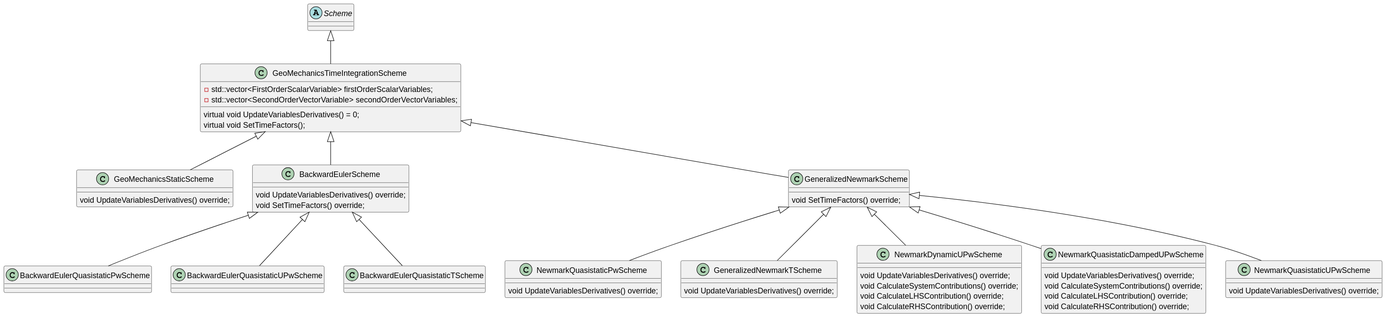
Before: applications/GeoMechanicsApplication/custom_strategies/schemes/SchemeStructure.svg, a diagram exported from PlantUML (KratosMultiphysics/Kratos).
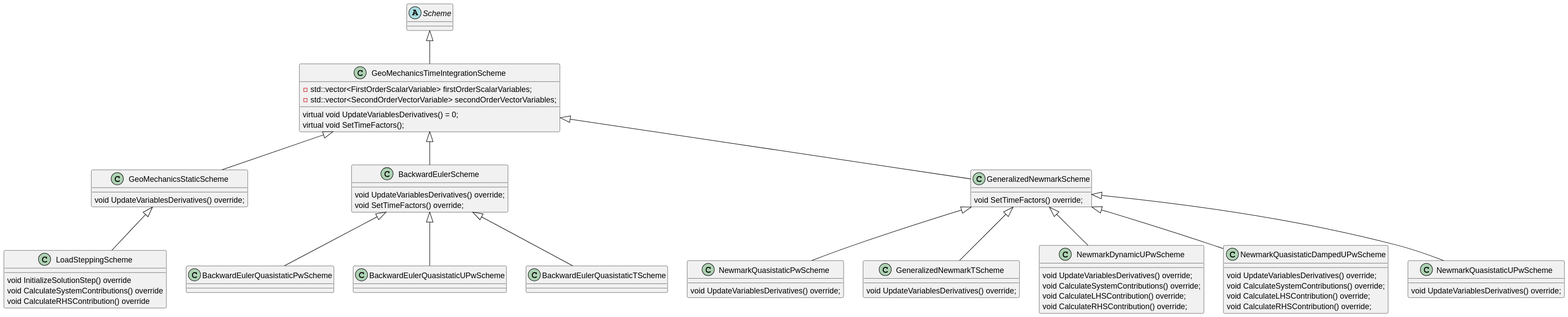
After the change.

Commit message:
Updated the scheme structure

What changed in the source:
```diff
@@ -15,7 +15,17 @@
 {
     void UpdateVariablesDerivatives() override;
 }
+
 GeoMechanicsTimeIntegrationScheme <|-- GeoMechanicsStaticScheme
+
+class LoadSteppingScheme
+{
+    void InitializeSolutionStep() override
+    void CalculateSystemContributions() override
+    void CalculateRHSContribution() override
+}
+
+GeoMechanicsStaticScheme <|-- LoadSteppingScheme
 
 class BackwardEulerScheme
 {
```
